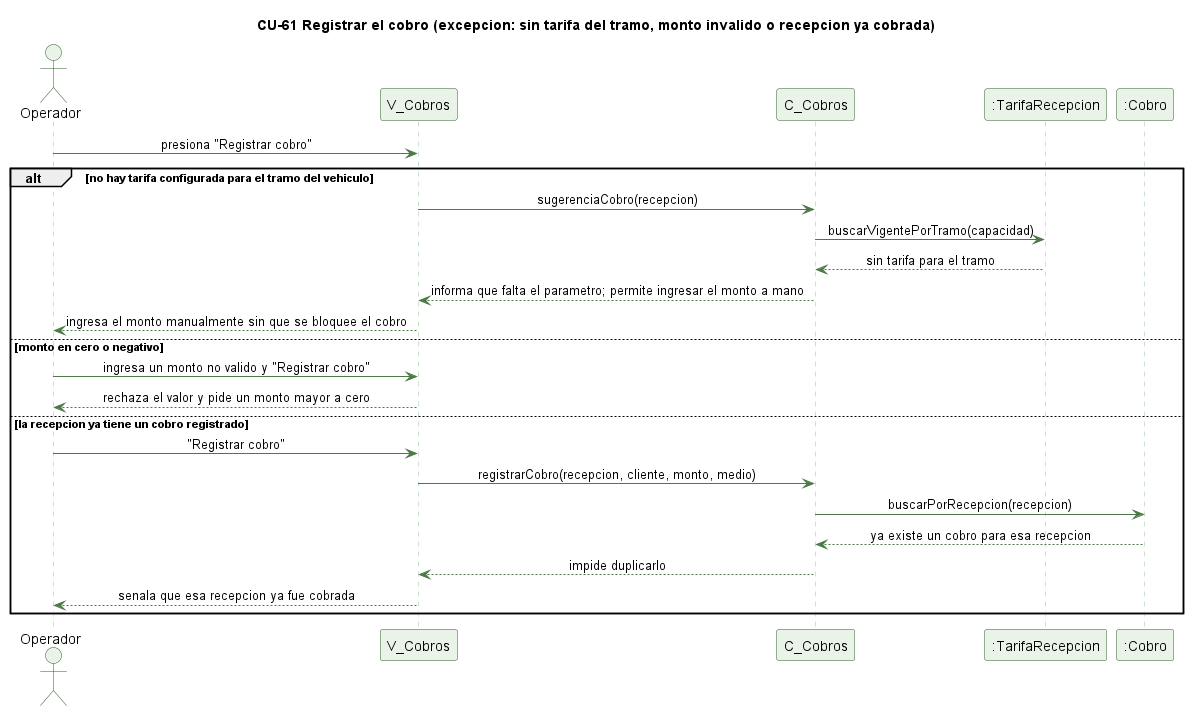
Earlier version of the PlantUML export docs/trabajo-grupal/diagramas/secuencias/cu61-cobro-recepcion-excepcion.png (kenjikaese/Triverde).
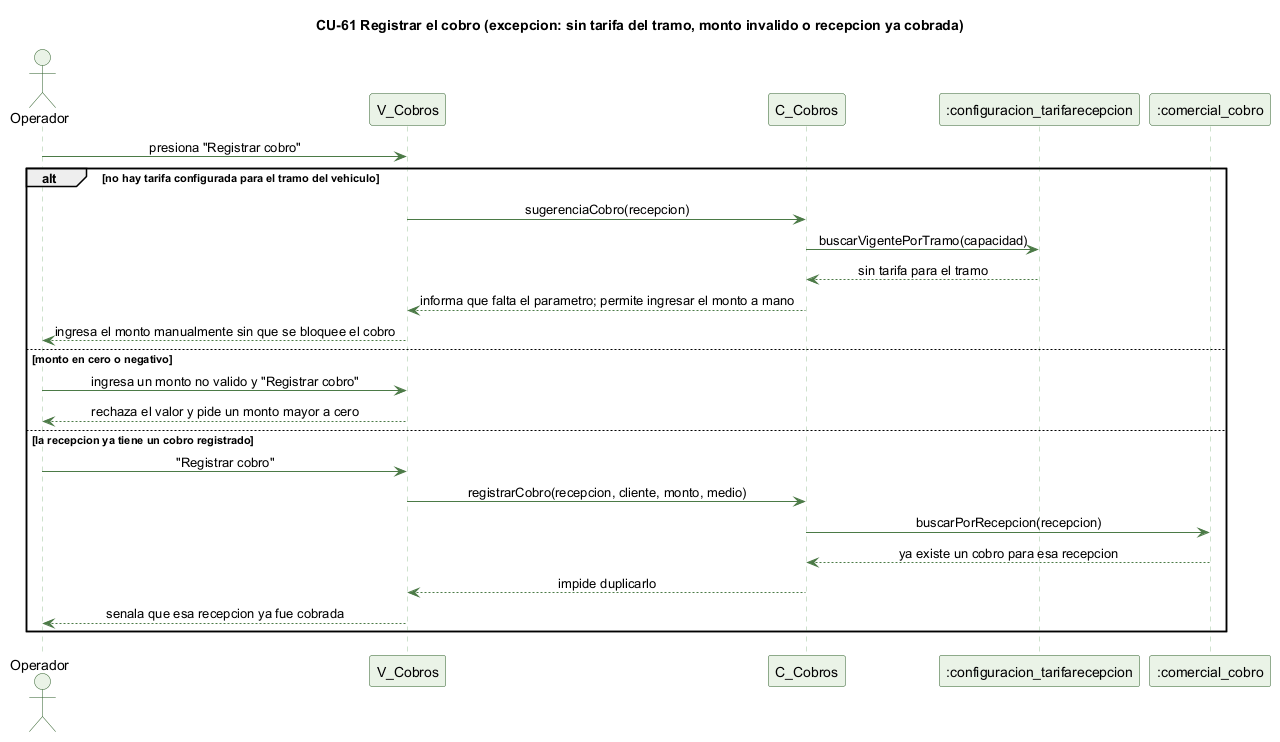
After the commit.

The edit, as a diff of the source:
```diff
@@ -15,8 +15,8 @@
 actor Operador
 participant "V_Cobros" as V
 participant "C_Cobros" as C
-participant ":TarifaRecepcion" as T
-participant ":Cobro" as CB
+participant ":configuracion_tarifarecepcion" as T
+participant ":comercial_cobro" as CB
 
 Operador -> V : presiona "Registrar cobro"
 alt no hay tarifa configurada para el tramo del vehiculo
```
